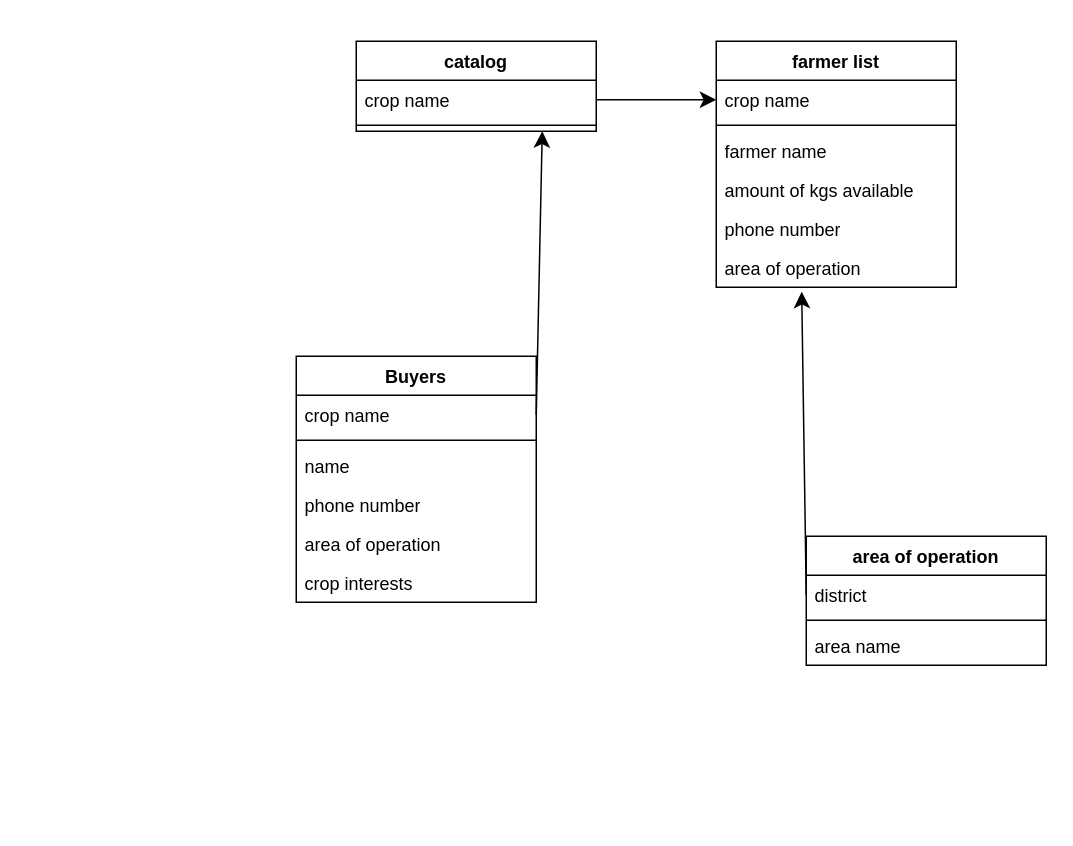
Earlier version of the draw.io diagram schema.drawio (Mtendekuyokwa19/agrilog). Source tidied: cells renumbered, new cells numbered last; positions are measured from the earlier drawing's top-left corner, leaving out a move shared by most shapes. Both pictures are drawn from the tidied source at 150%, with x=0, y=0 at pixel (296, 40).
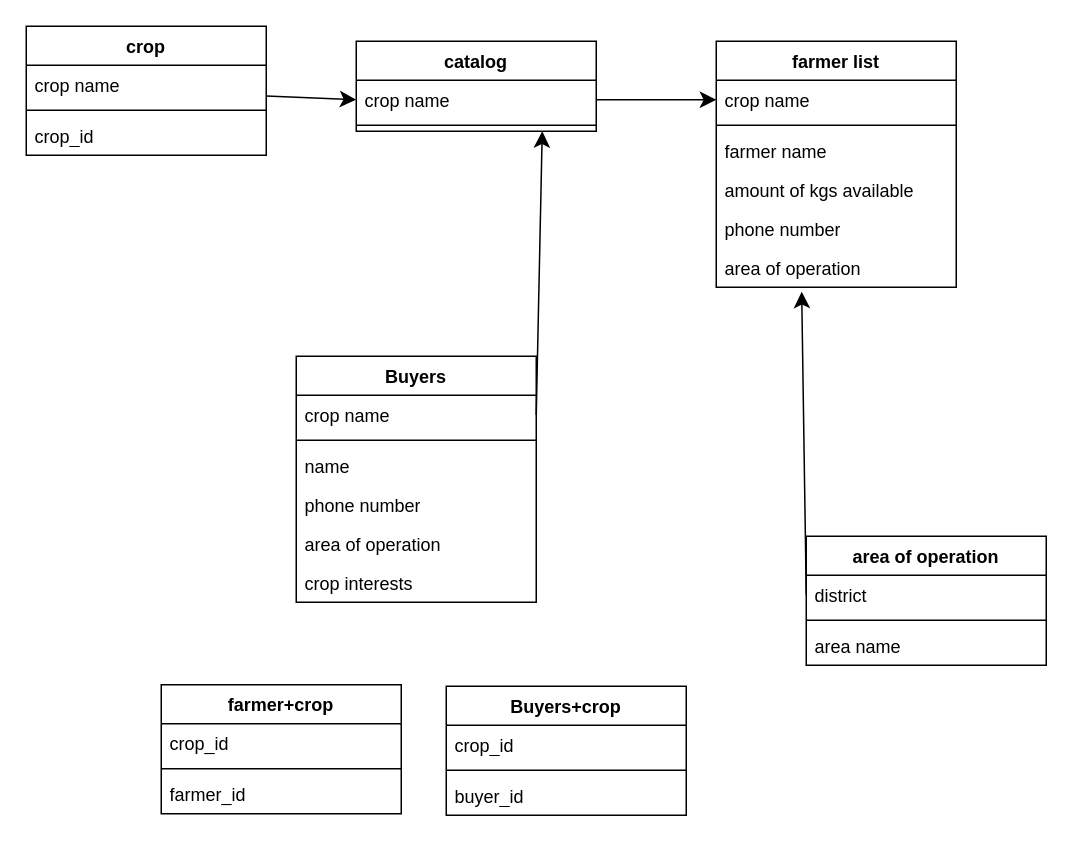
Above is the later version.

The change refers to these unchanged cells:
```xml
<mxCell id="3" value="crop name" style="text;strokeColor=none;fillColor=none;align=left;verticalAlign=top;spacingLeft=4;spacingRight=4;overflow=hidden;points=[[0,0.5],[1,0.5]];portConstraint=eastwest;whiteSpace=wrap;html=1;" parent="2" vertex="1">
  <mxGeometry y="26" width="160" height="26" as="geometry" />
</mxCell>
```

Change to the diagram source:
```diff
@@
+    <mxCell id="26" style="edgeStyle=none;curved=1;rounded=0;jettySize=auto;html=1;entryX=0;entryY=0.5;entryDx=0;entryDy=0;fontSize=12;startSize=8;endSize=8;" parent="1" edge="1" source="27" target="3">
+      <mxGeometry relative="1" as="geometry" />
+    </mxCell>
+    <mxCell id="27" value="crop" style="swimlane;fontStyle=1;align=center;verticalAlign=top;horizontal=1;startSize=26;whiteSpace=wrap;html=1;" parent="1" vertex="1">
+      <mxGeometry x="-180" y="-10" width="160" height="86" as="geometry" />
+    </mxCell>
+    <mxCell id="28" value="crop name" style="text;strokeColor=none;fillColor=none;align=left;verticalAlign=top;spacingLeft=4;spacingRight=4;overflow=hidden;whiteSpace=wrap;html=1;" parent="27" vertex="1">
+      <mxGeometry y="26" width="160" height="26" as="geometry" />
+    </mxCell>
+    <mxCell id="29" style="line;strokeWidth=1;fillColor=none;align=left;verticalAlign=middle;spacingTop=-1;spacingLeft=3;spacingRight=3;labelPosition=right;strokeColor=inherit;" parent="27" vertex="1">
+      <mxGeometry y="52" width="160" height="8" as="geometry" />
+    </mxCell>
+    <mxCell id="30" value="crop_id" style="text;strokeColor=none;fillColor=none;align=left;verticalAlign=top;spacingLeft=4;spacingRight=4;overflow=hidden;whiteSpace=wrap;html=1;" parent="27" vertex="1">
+      <mxGeometry y="60" width="160" height="26" as="geometry" />
+    </mxCell>
+    <mxCell id="31" value="Buyers+crop" style="swimlane;fontStyle=1;align=center;verticalAlign=top;horizontal=1;startSize=26;whiteSpace=wrap;html=1;" parent="1" vertex="1">
+      <mxGeometry x="100" y="430" width="160" height="86" as="geometry" />
+    </mxCell>
+    <mxCell id="32" value="crop_id" style="text;strokeColor=none;fillColor=none;align=left;verticalAlign=top;spacingLeft=4;spacingRight=4;overflow=hidden;whiteSpace=wrap;html=1;" parent="31" vertex="1">
+      <mxGeometry y="26" width="160" height="26" as="geometry" />
+    </mxCell>
+    <mxCell id="33" style="line;strokeWidth=1;fillColor=none;align=left;verticalAlign=middle;spacingTop=-1;spacingLeft=3;spacingRight=3;labelPosition=right;strokeColor=inherit;" parent="31" vertex="1">
+      <mxGeometry y="52" width="160" height="8" as="geometry" />
+    </mxCell>
+    <mxCell id="34" value="buyer_id" style="text;strokeColor=none;fillColor=none;align=left;verticalAlign=top;spacingLeft=4;spacingRight=4;overflow=hidden;whiteSpace=wrap;html=1;" parent="31" vertex="1">
+      <mxGeometry y="60" width="160" height="26" as="geometry" />
+    </mxCell>
+    <mxCell id="35" value="farmer+crop" style="swimlane;fontStyle=1;align=center;verticalAlign=top;horizontal=1;startSize=26;whiteSpace=wrap;html=1;" parent="1" vertex="1">
+      <mxGeometry x="-90" y="429" width="160" height="86" as="geometry" />
+    </mxCell>
+    <mxCell id="36" value="crop_id" style="text;strokeColor=none;fillColor=none;align=left;verticalAlign=top;spacingLeft=4;spacingRight=4;overflow=hidden;whiteSpace=wrap;html=1;" parent="35" vertex="1">
+      <mxGeometry y="26" width="160" height="26" as="geometry" />
+    </mxCell>
+    <mxCell id="37" style="line;strokeWidth=1;fillColor=none;align=left;verticalAlign=middle;spacingTop=-1;spacingLeft=3;spacingRight=3;labelPosition=right;strokeColor=inherit;" parent="35" vertex="1">
+      <mxGeometry y="52" width="160" height="8" as="geometry" />
+    </mxCell>
+    <mxCell id="38" value="farmer_id" style="text;strokeColor=none;fillColor=none;align=left;verticalAlign=top;spacingLeft=4;spacingRight=4;overflow=hidden;whiteSpace=wrap;html=1;" parent="35" vertex="1">
+      <mxGeometry y="60" width="160" height="26" as="geometry" />
+    </mxCell>
```
